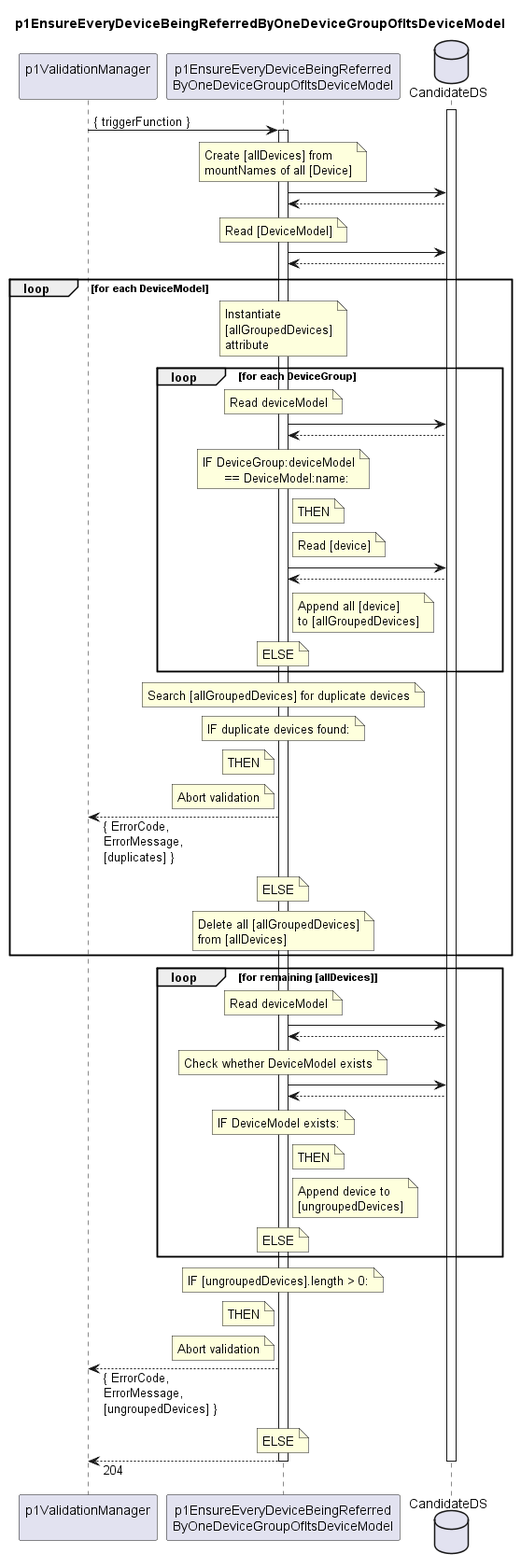
The PlantUML diagram spec/Functions/Validation/p1EnsureEveryDeviceBeingReferredByOneDeviceGroupOfItsDeviceModel/1.0.0/delete_me/p1EnsureEveryDeviceBeingReferredByOneDeviceGroupOfItsDeviceModel.png in openBackhaul/FirmWareManager, before a commit.
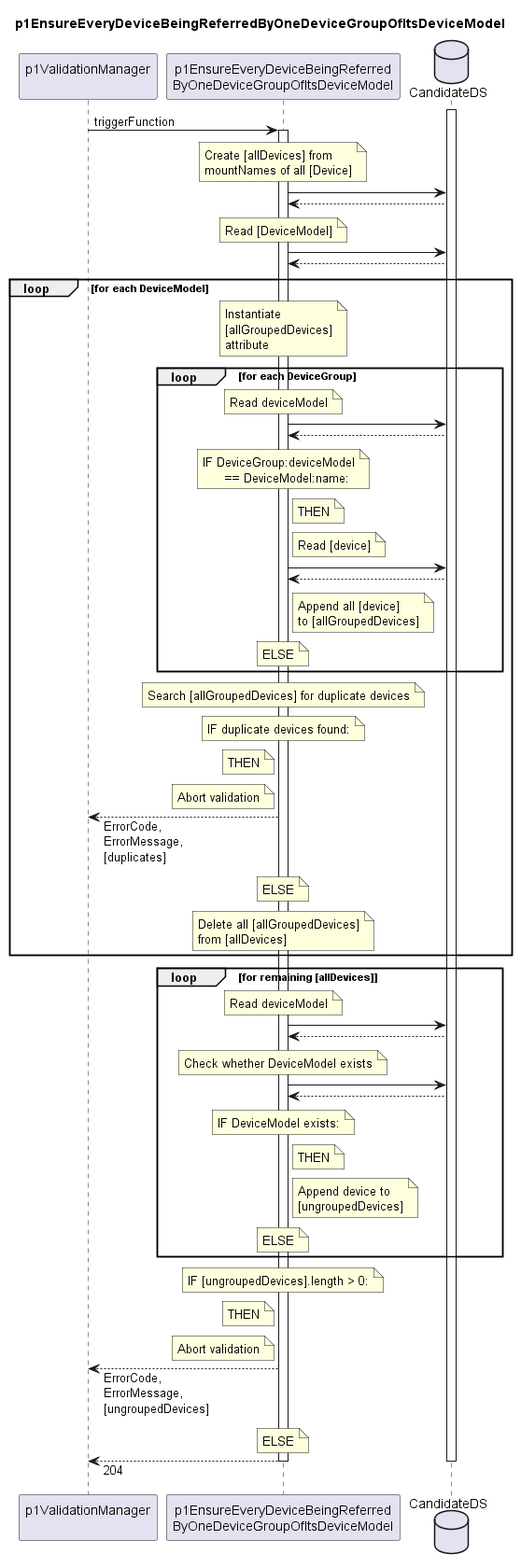
After the change.

Diff of the diagram source:
```diff
@@ -10,7 +10,7 @@
 database "CandidateDS" as CanDS
 
 activate CanDS
-valiMan -> valiFun: { triggerFunction }
+valiMan -> valiFun: triggerFunction
 activate valiFun
 
   note over valiFun
@@ -71,7 +71,7 @@
     note left valiFun
       Abort validation
     end note
-    valiMan <-- valiFun: { ErrorCode,\nErrorMessage,\n[duplicates] }
+    valiMan <-- valiFun: ErrorCode,\nErrorMessage,\n[duplicates]
     note over valiFun
       ELSE
     end note
@@ -116,7 +116,7 @@
   note left valiFun
     Abort validation
   end note
-  valiMan <-- valiFun: { ErrorCode,\nErrorMessage,\n[ungroupedDevices] }
+  valiMan <-- valiFun: ErrorCode,\nErrorMessage,\n[ungroupedDevices]
   note over valiFun
     ELSE
   end note
```
